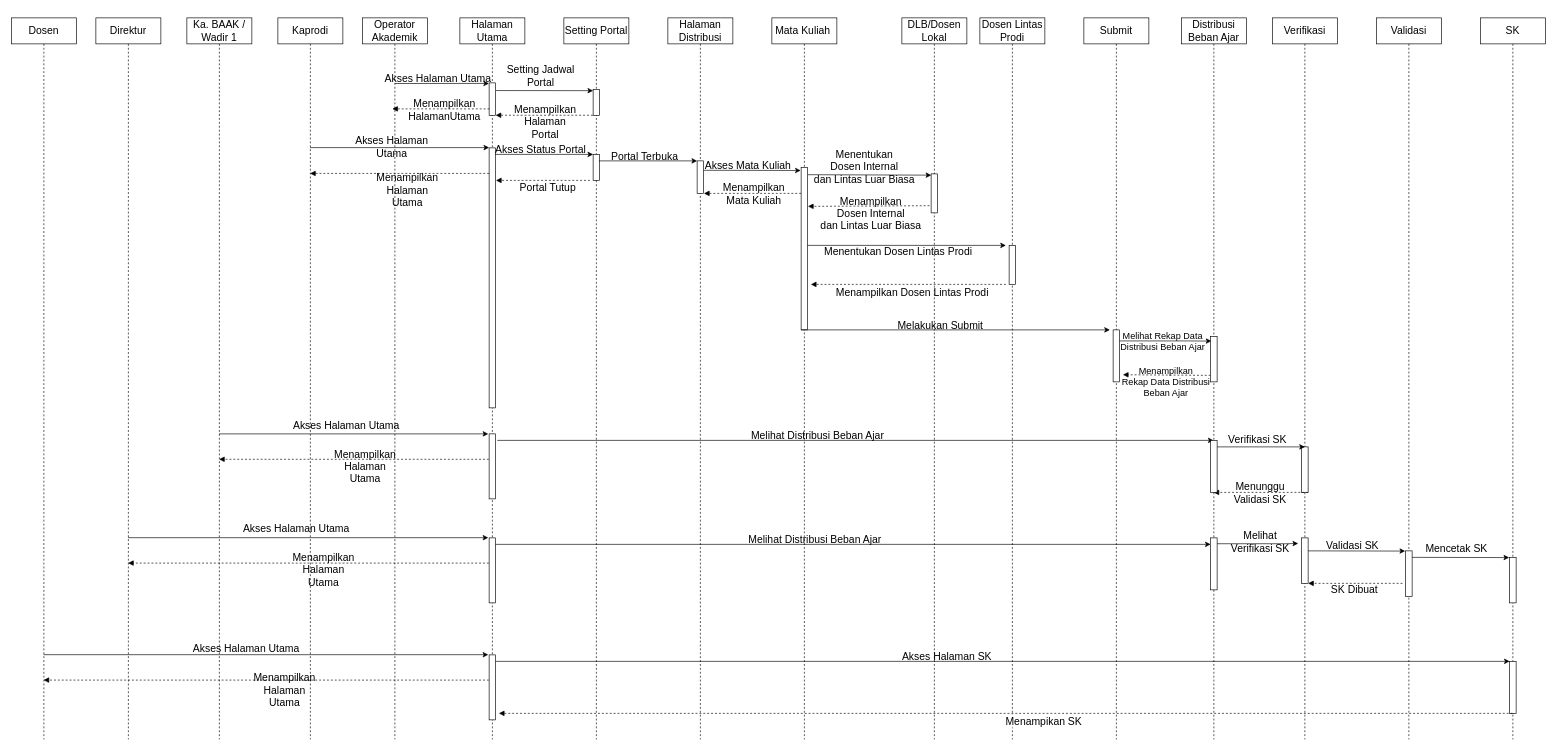
Above: page "Sequence" (4 of 4) of draw.io/UML-Distribusi.drawio in ributwiboworahayu/laporan-TA (draw.io), before the change. Source tidied: cells renumbered, new cells numbered last; positions are measured from the earlier drawing's top-left corner, leaving out a move shared by most shapes. Both pictures are drawn from the tidied source at 65%, with x=0, y=0 at pixel (11, 18).
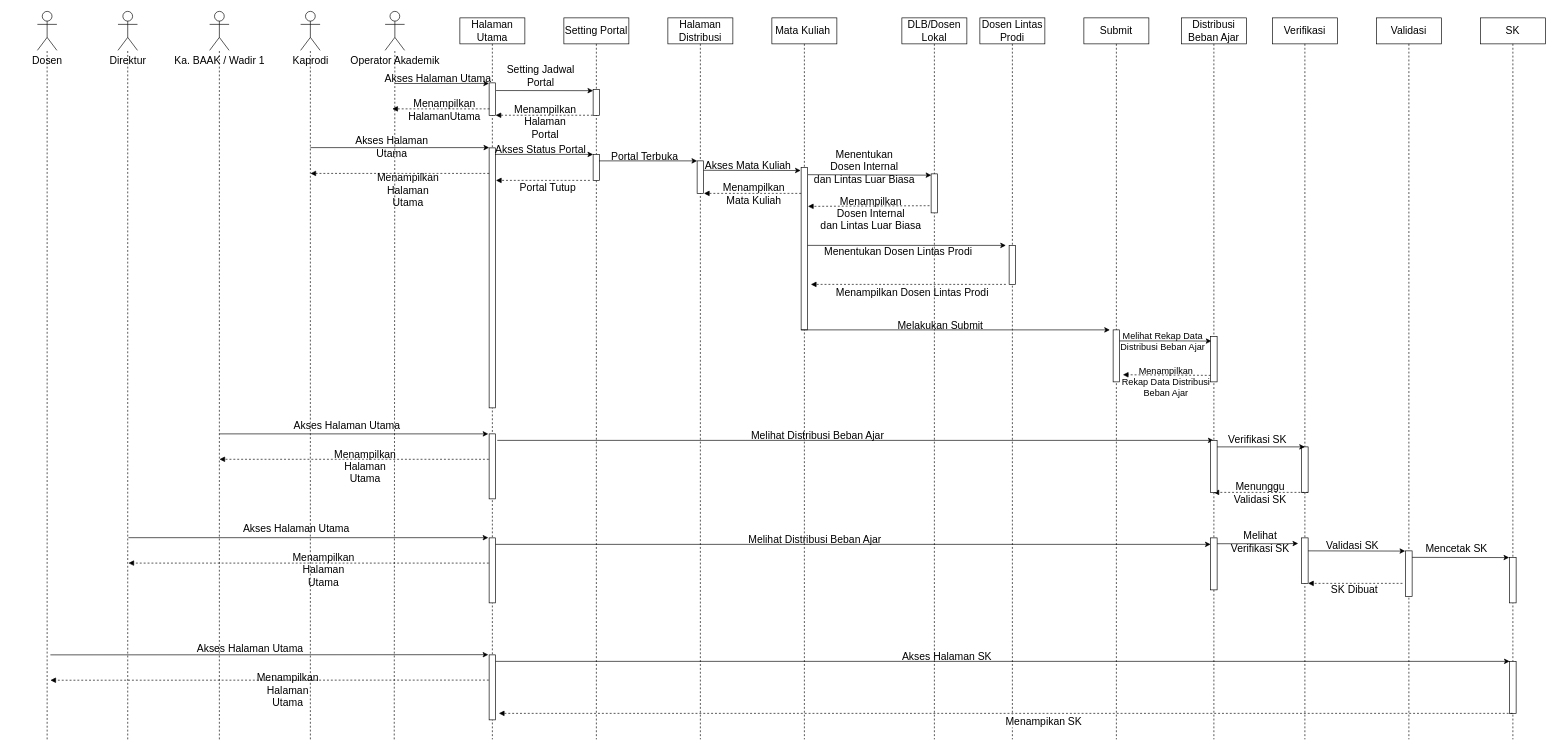
The same diagram, later.

The change refers to these unchanged cells:
```xml
<mxCell id="2" value="Halaman Utama" style="shape=umlLifeline;perimeter=lifelinePerimeter;whiteSpace=wrap;html=1;outlineConnect=0;fontSize=16;" parent="1" vertex="1">
  <mxGeometry x="690" width="100" height="1110" as="geometry" />
</mxCell>
```

What changed in the source:
```diff
@@
-    <mxCell id="5" style="endArrow=classic;html=1;rounded=0;entryX=-0.027;entryY=0.017;entryDx=0;entryDy=0;entryPerimeter=0;fontSize=16;" parent="2" edge="1" source="102">
+    <mxCell id="5" style="endArrow=classic;html=1;rounded=0;entryX=-0.027;entryY=0.017;entryDx=0;entryDy=0;entryPerimeter=0;fontSize=16;" parent="2" edge="1">
       <mxGeometry relative="1" as="geometry">
+        <mxPoint x="-229.9" y="199.6" as="sourcePoint" />
         <mxPoint x="45" y="199.6" as="targetPoint" />
       </mxGeometry>
     </mxCell>
@@
-    <mxCell id="43" style="html=1;verticalAlign=bottom;labelBackgroundColor=none;endArrow=block;endFill=1;dashed=1;rounded=0;fontSize=16;" parent="1" edge="1" target="102">
+    <mxCell id="43" style="html=1;verticalAlign=bottom;labelBackgroundColor=none;endArrow=block;endFill=1;dashed=1;rounded=0;fontSize=16;" parent="1" edge="1">
       <mxGeometry relative="1" as="geometry">
         <mxPoint x="735" y="239.3" as="sourcePoint" />
+        <mxPoint x="460.1" y="239.3" as="targetPoint" />
       </mxGeometry>
     </mxCell>
@@
-    <mxCell id="75" style="endArrow=classic;html=1;rounded=0;entryX=-0.027;entryY=0.017;entryDx=0;entryDy=0;entryPerimeter=0;fontSize=16;" parent="1" edge="1" source="104">
+    <mxCell id="75" style="endArrow=classic;html=1;rounded=0;entryX=-0.027;entryY=0.017;entryDx=0;entryDy=0;entryPerimeter=0;fontSize=16;" parent="1" edge="1">
       <mxGeometry relative="1" as="geometry">
+        <mxPoint x="180.1" y="799.7" as="sourcePoint" />
         <mxPoint x="733.7" y="799.7" as="targetPoint" />
       </mxGeometry>
     </mxCell>
@@
-    <mxCell id="77" style="html=1;verticalAlign=bottom;labelBackgroundColor=none;endArrow=block;endFill=1;dashed=1;rounded=0;fontSize=16;" parent="1" edge="1" target="104">
+    <mxCell id="77" style="html=1;verticalAlign=bottom;labelBackgroundColor=none;endArrow=block;endFill=1;dashed=1;rounded=0;fontSize=16;" parent="1" edge="1">
       <mxGeometry relative="1" as="geometry">
         <mxPoint x="734.5" y="838.8" as="sourcePoint" />
+        <mxPoint x="180.1" y="838.8" as="targetPoint" />
       </mxGeometry>
     </mxCell>
@@
-    <mxCell id="80" style="endArrow=classic;html=1;rounded=0;entryX=-0.027;entryY=0.017;entryDx=0;entryDy=0;entryPerimeter=0;fontSize=16;" parent="1" edge="1" source="105">
+    <mxCell id="80" style="endArrow=classic;html=1;rounded=0;entryX=-0.027;entryY=0.017;entryDx=0;entryDy=0;entryPerimeter=0;fontSize=16;" parent="1" edge="1">
       <mxGeometry relative="1" as="geometry">
+        <mxPoint x="60" y="980" as="sourcePoint" />
         <mxPoint x="733.7" y="979.7" as="targetPoint" />
       </mxGeometry>
     </mxCell>
@@
-    <mxCell id="82" style="html=1;verticalAlign=bottom;labelBackgroundColor=none;endArrow=block;endFill=1;dashed=1;rounded=0;fontSize=16;" parent="1" edge="1" target="105">
+    <mxCell id="82" style="html=1;verticalAlign=bottom;labelBackgroundColor=none;endArrow=block;endFill=1;dashed=1;rounded=0;fontSize=16;" parent="1" edge="1">
       <mxGeometry relative="1" as="geometry">
         <mxPoint x="734.5" y="1018.8" as="sourcePoint" />
+        <mxPoint x="60" y="1019" as="targetPoint" />
       </mxGeometry>
     </mxCell>
@@
-    <mxCell id="87" style="endArrow=classic;html=1;rounded=0;entryX=-0.027;entryY=0.017;entryDx=0;entryDy=0;entryPerimeter=0;fontSize=16;" parent="1" edge="1" source="103">
+    <mxCell id="87" style="endArrow=classic;html=1;rounded=0;entryX=-0.027;entryY=0.017;entryDx=0;entryDy=0;entryPerimeter=0;fontSize=16;" parent="1" edge="1">
       <mxGeometry relative="1" as="geometry">
+        <mxPoint x="320.1" y="640" as="sourcePoint" />
         <mxPoint x="733.7" y="640" as="targetPoint" />
       </mxGeometry>
     </mxCell>
@@
-    <mxCell id="89" style="html=1;verticalAlign=bottom;labelBackgroundColor=none;endArrow=block;endFill=1;dashed=1;rounded=0;fontSize=16;" parent="1" edge="1" target="103">
+    <mxCell id="89" style="html=1;verticalAlign=bottom;labelBackgroundColor=none;endArrow=block;endFill=1;dashed=1;rounded=0;fontSize=16;" parent="1" edge="1">
       <mxGeometry relative="1" as="geometry">
         <mxPoint x="734.5" y="679.1" as="sourcePoint" />
+        <mxPoint x="320.1" y="679.1" as="targetPoint" />
       </mxGeometry>
     </mxCell>
@@
+    <mxCell id="105" value="&lt;font style=&quot;font-size: 16px&quot;&gt;Dosen&lt;/font&gt;" style="shape=umlActor;verticalLabelPosition=bottom;verticalAlign=top;html=1;outlineConnect=0;" parent="1" vertex="1">
+      <mxGeometry x="40" y="-10" width="30" height="60" as="geometry" />
+    </mxCell>
+    <mxCell id="106" style="endArrow=none;dashed=1;html=1;rounded=0;" parent="1" edge="1" target="105">
+      <mxGeometry relative="1" as="geometry">
+        <mxPoint x="55" y="1110" as="sourcePoint" />
+      </mxGeometry>
+    </mxCell>
+    <mxCell id="104" value="&lt;font style=&quot;font-size: 16px&quot;&gt;Direktur&lt;/font&gt;" style="shape=umlActor;verticalLabelPosition=bottom;verticalAlign=top;html=1;outlineConnect=0;" parent="1" vertex="1">
+      <mxGeometry x="164" y="-10" width="30" height="60" as="geometry" />
+    </mxCell>
+    <mxCell id="107" style="endArrow=none;dashed=1;html=1;rounded=0;" parent="1" edge="1" target="104">
+      <mxGeometry relative="1" as="geometry">
+        <mxPoint x="179" y="1110" as="sourcePoint" />
+      </mxGeometry>
+    </mxCell>
+    <mxCell id="103" value="&lt;font style=&quot;font-size: 16px&quot;&gt;Ka. BAAK / Wadir 1&lt;/font&gt;" style="shape=umlActor;verticalLabelPosition=bottom;verticalAlign=top;html=1;outlineConnect=0;" parent="1" vertex="1">
+      <mxGeometry x="305" y="-10" width="30" height="60" as="geometry" />
+    </mxCell>
+    <mxCell id="108" style="endArrow=none;dashed=1;html=1;rounded=0;" parent="1" edge="1" target="103">
+      <mxGeometry relative="1" as="geometry">
+        <mxPoint x="320" y="1110" as="sourcePoint" />
+      </mxGeometry>
+    </mxCell>
+    <mxCell id="102" value="&lt;font style=&quot;font-size: 16px&quot;&gt;Kaprodi&lt;/font&gt;" style="shape=umlActor;verticalLabelPosition=bottom;verticalAlign=top;html=1;outlineConnect=0;" parent="1" vertex="1">
+      <mxGeometry x="445" y="-10" width="30" height="60" as="geometry" />
+    </mxCell>
+    <mxCell id="109" style="endArrow=none;dashed=1;html=1;rounded=0;" parent="1" edge="1" target="102">
+      <mxGeometry relative="1" as="geometry">
+        <mxPoint x="460" y="1110" as="sourcePoint" />
+      </mxGeometry>
+    </mxCell>
-    <mxCell id="101" value="Operator Akademik" style="shape=umlLifeline;perimeter=lifelinePerimeter;whiteSpace=wrap;html=1;outlineConnect=0;fontSize=16;" parent="1" vertex="1">
-      <mxGeometry x="540" width="100" height="1110" as="geometry" />
+    <mxCell id="101" value="&lt;font style=&quot;font-size: 16px&quot;&gt;Operator Akademik&lt;/font&gt;" style="shape=umlActor;verticalLabelPosition=bottom;verticalAlign=top;html=1;outlineConnect=0;" parent="1" vertex="1">
+      <mxGeometry x="575" y="-10" width="30" height="60" as="geometry" />
     </mxCell>
-    <mxCell id="102" value="Kaprodi" style="shape=umlLifeline;perimeter=lifelinePerimeter;whiteSpace=wrap;html=1;outlineConnect=0;fontSize=16;" parent="1" vertex="1">
-      <mxGeometry x="410" width="100" height="1110" as="geometry" />
-    </mxCell>
-    <mxCell id="103" value="Ka. BAAK /&lt;br&gt;Wadir 1" style="shape=umlLifeline;perimeter=lifelinePerimeter;whiteSpace=wrap;html=1;outlineConnect=0;fontSize=16;" parent="1" vertex="1">
-      <mxGeometry x="270" width="100" height="1110" as="geometry" />
-    </mxCell>
-    <mxCell id="104" value="Direktur" style="shape=umlLifeline;perimeter=lifelinePerimeter;whiteSpace=wrap;html=1;outlineConnect=0;fontSize=16;" parent="1" vertex="1">
-      <mxGeometry x="130" width="100" height="1110" as="geometry" />
-    </mxCell>
-    <mxCell id="105" value="Dosen" style="shape=umlLifeline;perimeter=lifelinePerimeter;whiteSpace=wrap;html=1;outlineConnect=0;fontSize=16;" parent="1" vertex="1">
-      <mxGeometry width="100" height="1110" as="geometry" />
-    </mxCell>
+    <mxCell id="110" style="endArrow=none;dashed=1;html=1;rounded=0;" parent="1" edge="1" target="101">
+      <mxGeometry relative="1" as="geometry">
+        <mxPoint x="589" y="1110" as="sourcePoint" />
+      </mxGeometry>
+    </mxCell>
```
